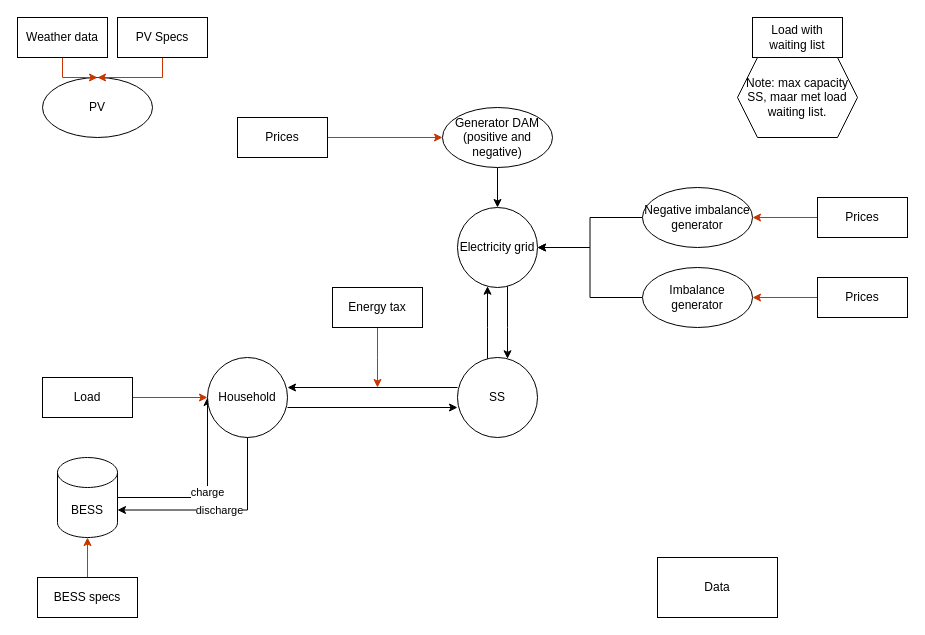
The draw.io diagram Network_NH.drawio in Tanneheemsbergen/pypsa-NL2025, before the edit. Source tidied: cells renumbered, new cells numbered last; positions are measured from the earlier drawing's top-left corner, leaving out a move shared by most shapes. Both pictures are drawn from the tidied source at 100%, with x=0, y=0 at pixel (17, 17).
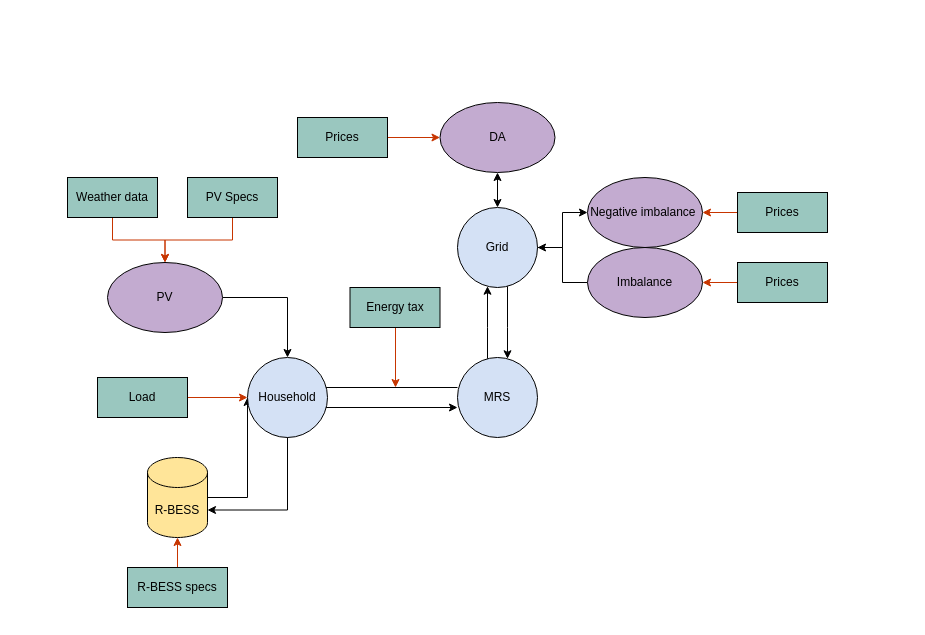
After the change.

Change to the diagram source:
```diff
@@
-    <mxCell id="3" value="charge" style="edgeStyle=orthogonalEdgeStyle;rounded=0;jettySize=auto;html=1;entryX=0;entryY=0.5;entryDx=0;entryDy=0;" parent="1" edge="1" source="4" target="26">
+    <mxCell id="3" style="edgeStyle=orthogonalEdgeStyle;rounded=0;jettySize=auto;html=1;entryX=0;entryY=0.5;entryDx=0;entryDy=0;" parent="1" edge="1" source="4" target="26">
       <mxGeometry relative="1" as="geometry">
         <Array as="points">
-          <mxPoint x="190" y="480" />
+          <mxPoint x="230" y="480" />
         </Array>
       </mxGeometry>
     </mxCell>
-    <mxCell id="4" value="BESS" style="shape=cylinder3;whiteSpace=wrap;html=1;boundedLbl=1;backgroundOutline=1;size=15;" parent="1" vertex="1">
-      <mxGeometry x="40" y="440" width="60" height="80" as="geometry" />
+    <mxCell id="4" value="R-BESS" style="shape=cylinder3;whiteSpace=wrap;html=1;boundedLbl=1;backgroundOutline=1;size=15;fillColor=#FFE599;" parent="1" vertex="1">
+      <mxGeometry x="130" y="440" width="60" height="80" as="geometry" />
     </mxCell>
@@
-    <mxCell id="7" value="SS" style="ellipse;whiteSpace=wrap;html=1;" parent="1" vertex="1">
+    <mxCell id="7" value="MRS" style="ellipse;whiteSpace=wrap;html=1;fillColor=#D4E1F5;" parent="1" vertex="1">
       <mxGeometry x="440" y="340" width="80" height="80" as="geometry" />
     </mxCell>
@@
-    <mxCell id="9" value="Load" style="whiteSpace=wrap;html=1;" parent="1" vertex="1">
-      <mxGeometry x="25" y="360" width="90" height="40" as="geometry" />
+    <mxCell id="9" value="Load" style="whiteSpace=wrap;html=1;fillColor=#9AC7BF;" parent="1" vertex="1">
+      <mxGeometry x="80" y="360" width="90" height="40" as="geometry" />
     </mxCell>
-    <mxCell id="10" value="Data" style="rounded=0;whiteSpace=wrap;html=1;" parent="1" vertex="1">
-      <mxGeometry x="640" y="540" width="120" height="60" as="geometry" />
-    </mxCell>
-    <mxCell id="11" value="BESS specs" style="whiteSpace=wrap;html=1;" parent="1" vertex="1">
-      <mxGeometry x="20" y="560" width="100" height="40" as="geometry" />
+    <mxCell id="11" value="R-BESS specs" style="whiteSpace=wrap;html=1;fillColor=#9AC7BF;" parent="1" vertex="1">
+      <mxGeometry x="110" y="550" width="100" height="40" as="geometry" />
     </mxCell>
-    <mxCell id="12" style="edgeStyle=orthogonalEdgeStyle;rounded=0;jettySize=auto;html=1;" parent="1" edge="1" source="13" target="24">
-      <mxGeometry relative="1" as="geometry" />
-    </mxCell>
-    <mxCell id="13" value="Generator DAM&lt;div&gt;(positive and negative)&lt;/div&gt;" style="ellipse;whiteSpace=wrap;html=1;" parent="1" vertex="1">
-      <mxGeometry x="425" y="90" width="110" height="60" as="geometry" />
+    <mxCell id="13" value="DA" style="ellipse;whiteSpace=wrap;html=1;fillColor=#C3ABD0;" parent="1" vertex="1">
+      <mxGeometry x="422.5" y="85" width="115" height="70" as="geometry" />
     </mxCell>
+    <mxCell id="38" style="edgeStyle=orthogonalEdgeStyle;rounded=0;jettySize=auto;html=1;entryX=0.5;entryY=0;entryDx=0;entryDy=0;" parent="1" edge="1" source="14" target="26">
+      <mxGeometry relative="1" as="geometry" />
+    </mxCell>
-    <mxCell id="14" value="PV" style="ellipse;whiteSpace=wrap;html=1;" parent="1" vertex="1">
-      <mxGeometry x="25" y="60" width="110" height="60" as="geometry" />
+    <mxCell id="14" value="PV" style="ellipse;whiteSpace=wrap;html=1;fillColor=#C3ABD0;" parent="1" vertex="1">
+      <mxGeometry x="90" y="245" width="115" height="70" as="geometry" />
     </mxCell>
@@
-    <mxCell id="16" value="Weather data" style="whiteSpace=wrap;html=1;" parent="1" vertex="1">
-      <mxGeometry width="90" height="40" as="geometry" />
+    <mxCell id="16" value="Weather data" style="whiteSpace=wrap;html=1;fillColor=#9AC7BF;" parent="1" vertex="1">
+      <mxGeometry x="50" y="160" width="90" height="40" as="geometry" />
     </mxCell>
@@
-    <mxCell id="18" value="PV Specs" style="whiteSpace=wrap;html=1;" parent="1" vertex="1">
-      <mxGeometry x="100" width="90" height="40" as="geometry" />
+    <mxCell id="18" value="PV Specs" style="whiteSpace=wrap;html=1;fillColor=#9AC7BF;" parent="1" vertex="1">
+      <mxGeometry x="170" y="160" width="90" height="40" as="geometry" />
     </mxCell>
@@
-    <mxCell id="20" value="Prices" style="whiteSpace=wrap;html=1;" parent="1" vertex="1">
-      <mxGeometry x="220" y="100" width="90" height="40" as="geometry" />
+    <mxCell id="20" value="Prices" style="whiteSpace=wrap;html=1;fillColor=#9AC7BF;" parent="1" vertex="1">
+      <mxGeometry x="280" y="100" width="90" height="40" as="geometry" />
     </mxCell>
-    <mxCell id="21" value="Load with waiting list" style="whiteSpace=wrap;html=1;" parent="1" vertex="1">
-      <mxGeometry x="735" width="90" height="40" as="geometry" />
-    </mxCell>
-    <mxCell id="22" value="Note: max capacity SS, maar met load waiting list." style="shape=hexagon;perimeter=hexagonPerimeter2;whiteSpace=wrap;html=1;fixedSize=1;" parent="1" vertex="1">
-      <mxGeometry x="720" y="40" width="120" height="80" as="geometry" />
-    </mxCell>
@@
-    <mxCell id="24" value="Electricity grid" style="ellipse;whiteSpace=wrap;html=1;" parent="1" vertex="1">
+    <mxCell id="24" value="Grid" style="ellipse;whiteSpace=wrap;html=1;fillColor=#D4E1F5;" parent="1" vertex="1">
       <mxGeometry x="440" y="190" width="80" height="80" as="geometry" />
     </mxCell>
@@
-    <mxCell id="26" value="Household" style="ellipse;whiteSpace=wrap;html=1;" parent="1" vertex="1">
-      <mxGeometry x="190" y="340" width="80" height="80" as="geometry" />
+    <mxCell id="26" value="Household" style="ellipse;whiteSpace=wrap;html=1;fillColor=#D4E1F5;" parent="1" vertex="1">
+      <mxGeometry x="230" y="340" width="80" height="80" as="geometry" />
     </mxCell>
     <mxCell id="27" style="edgeStyle=orthogonalEdgeStyle;rounded=0;jettySize=auto;html=1;fillColor=#fa6800;strokeColor=#C73500;" parent="1" edge="1" source="28">
       <mxGeometry relative="1" as="geometry">
-        <mxPoint x="360" y="370" as="targetPoint" />
+        <mxPoint x="378" y="370" as="targetPoint" />
+        <Array as="points">
+          <mxPoint x="378" y="370" />
+        </Array>
       </mxGeometry>
     </mxCell>
-    <mxCell id="28" value="Energy tax" style="whiteSpace=wrap;html=1;" parent="1" vertex="1">
-      <mxGeometry x="315" y="270" width="90" height="40" as="geometry" />
+    <mxCell id="28" value="Energy tax" style="whiteSpace=wrap;html=1;fillColor=#9AC7BF;" parent="1" vertex="1">
+      <mxGeometry x="332.5" y="270" width="90" height="40" as="geometry" />
     </mxCell>
-    <mxCell id="29" value="discharge" style="edgeStyle=orthogonalEdgeStyle;rounded=0;jettySize=auto;html=1;exitX=0.5;exitY=1;exitDx=0;exitDy=0;entryX=1;entryY=0;entryDx=0;entryDy=52.5;entryPerimeter=0;" parent="1" edge="1" source="26" target="4">
-      <mxGeometry relative="1" as="geometry" />
+    <mxCell id="29" style="edgeStyle=orthogonalEdgeStyle;rounded=0;jettySize=auto;html=1;exitX=0.5;exitY=1;exitDx=0;exitDy=0;entryX=1;entryY=0;entryDx=0;entryDy=52.5;entryPerimeter=0;" parent="1" edge="1" source="26" target="4">
+      <mxGeometry relative="1" as="geometry">
+        <Array as="points">
+          <mxPoint x="270" y="493" />
+        </Array>
+      </mxGeometry>
     </mxCell>
-    <mxCell id="30" style="edgeStyle=orthogonalEdgeStyle;rounded=0;jettySize=auto;html=1;entryX=1;entryY=0.5;entryDx=0;entryDy=0;" parent="1" edge="1" source="31" target="24">
+    <mxCell id="30" style="edgeStyle=orthogonalEdgeStyle;rounded=0;jettySize=auto;html=1;exitX=1;exitY=0.5;exitDx=0;exitDy=0;" parent="1" edge="1" source="24" target="31">
       <mxGeometry relative="1" as="geometry" />
     </mxCell>
-    <mxCell id="31" value="Negative imbalance generator" style="ellipse;whiteSpace=wrap;html=1;" parent="1" vertex="1">
-      <mxGeometry x="625" y="170" width="110" height="60" as="geometry" />
+    <mxCell id="31" value="Negative imbalance&amp;nbsp;" style="ellipse;whiteSpace=wrap;html=1;fillColor=#C3ABD0;" parent="1" vertex="1">
+      <mxGeometry x="570" y="160" width="115" height="70" as="geometry" />
     </mxCell>
@@
-    <mxCell id="33" value="Imbalance generator" style="ellipse;whiteSpace=wrap;html=1;" parent="1" vertex="1">
-      <mxGeometry x="625" y="250" width="110" height="60" as="geometry" />
+    <mxCell id="33" value="Imbalance" style="ellipse;whiteSpace=wrap;html=1;fillColor=#C3ABD0;" parent="1" vertex="1">
+      <mxGeometry x="570" y="230" width="115" height="70" as="geometry" />
     </mxCell>
@@
-    <mxCell id="35" value="Prices" style="whiteSpace=wrap;html=1;" parent="1" vertex="1">
-      <mxGeometry x="800" y="180" width="90" height="40" as="geometry" />
+    <mxCell id="35" value="Prices" style="whiteSpace=wrap;html=1;fillColor=#9AC7BF;" parent="1" vertex="1">
+      <mxGeometry x="720" y="175" width="90" height="40" as="geometry" />
     </mxCell>
@@
-    <mxCell id="37" value="Prices" style="whiteSpace=wrap;html=1;" parent="1" vertex="1">
-      <mxGeometry x="800" y="260" width="90" height="40" as="geometry" />
+    <mxCell id="37" value="Prices" style="whiteSpace=wrap;html=1;fillColor=#9AC7BF;" parent="1" vertex="1">
+      <mxGeometry x="720" y="245" width="90" height="40" as="geometry" />
     </mxCell>
+    <mxCell id="39" style="endArrow=classic;startArrow=classic;html=1;rounded=0;entryX=0.5;entryY=1;entryDx=0;entryDy=0;" parent="1" edge="1" source="24" target="13">
+      <mxGeometry relative="1" as="geometry" />
+    </mxCell>
```
